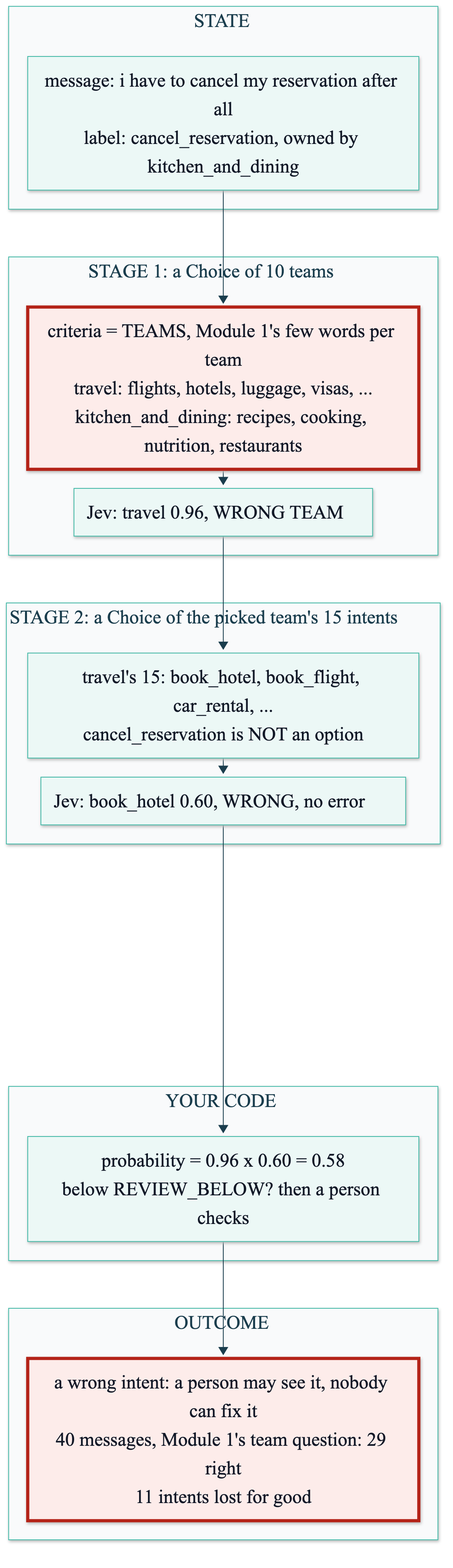
The Mermaid diagram course/diagrams/module_02/p3-problem-stage-one.png in axel-sirota/getting_started_jev, before a commit. Its source is kept beside it as course/diagrams/module_02/p3-problem-stage-one.mmd. The source it was exported from:
```mermaid
%%{init: {"theme": "base", "themeVariables": {"fontFamily": "Inter, sans-serif", "primaryColor": "#ECF8F6", "primaryBorderColor": "#40B8A6", "primaryTextColor": "#111827", "lineColor": "#1A3D4D", "secondaryColor": "#F9FAFB", "tertiaryColor": "#FFFFFF", "clusterBkg": "#F9FAFB", "clusterBorder": "#D1D5DB", "actorBkg": "#ECF8F6", "actorBorder": "#40B8A6", "noteBkgColor": "#FFF6DA", "noteBorderColor": "#E0B84C"}}}%%
flowchart TD
  subgraph STATE["STATE"]
    S["message: i have to cancel my reservation after all<br/>label: cancel_reservation, owned by kitchen_and_dining"]
  end
  subgraph STAGE1["STAGE 1: a Choice of 10 teams"]
    T["criteria = TEAMS, Module 1's few words per team<br/>travel: flights, hotels, luggage, visas, ...<br/>kitchen_and_dining: recipes, cooking, nutrition, restaurants"]
    TA["Jev: travel 0.96, WRONG TEAM"]
  end
  subgraph STAGE2["STAGE 2: a Choice of the picked team's 15 intents"]
    I["travel's 15: book_hotel, book_flight, car_rental, ...<br/>cancel_reservation is NOT an option"]
    IA["Jev: book_hotel 0.60, WRONG, no error"]
  end
  subgraph CODE["YOUR CODE"]
    P["probability = 0.96 x 0.60 = 0.58<br/>below REVIEW_BELOW? then a person checks"]
  end
  subgraph OUTCOME["OUTCOME"]
    O["a wrong intent: a person may see it, nobody can fix it<br/>40 messages, Module 1's team question: 29 right<br/>11 intents lost for good"]
  end
  S --> T --> TA --> I --> IA --> P --> O

  classDef fail fill:#FDECEA,stroke:#B42318,stroke-width:4px
  classDef changed fill:#D5F2EC,stroke:#1A3D4D,stroke-width:4px
  classDef ok fill:#ECF8F6,stroke:#1A3D4D,stroke-width:3px
  class T fail
  class O fail
```
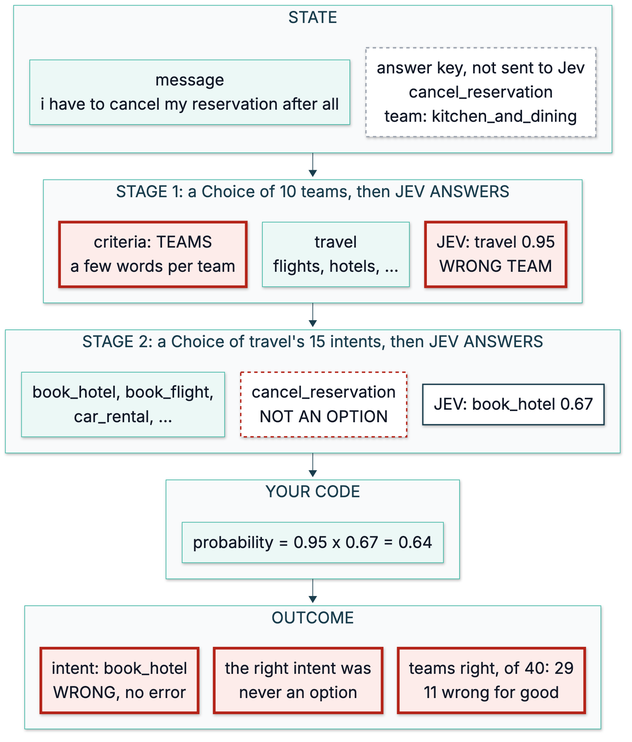
After the commit.

What changed in the source:
```diff
@@ -1,26 +1,44 @@
 %%{init: {"theme": "base", "themeVariables": {"fontFamily": "Inter, sans-serif", "primaryColor": "#ECF8F6", "primaryBorderColor": "#40B8A6", "primaryTextColor": "#111827", "lineColor": "#1A3D4D", "secondaryColor": "#F9FAFB", "tertiaryColor": "#FFFFFF", "clusterBkg": "#F9FAFB", "clusterBorder": "#D1D5DB", "actorBkg": "#ECF8F6", "actorBorder": "#40B8A6", "noteBkgColor": "#FFF6DA", "noteBorderColor": "#E0B84C"}}}%%
-flowchart TD
+flowchart TB
   subgraph STATE["STATE"]
-    S["message: i have to cancel my reservation after all<br/>label: cancel_reservation, owned by kitchen_and_dining"]
+    direction LR
+    S1["message<br/>i have to cancel my reservation after all"]
+    S2["answer key, not sent to Jev<br/>cancel_reservation<br/>team: kitchen_and_dining"]
+    S1 ~~~ S2
   end
-  subgraph STAGE1["STAGE 1: a Choice of 10 teams"]
-    T["criteria = TEAMS, Module 1's few words per team<br/>travel: flights, hotels, luggage, visas, ...<br/>kitchen_and_dining: recipes, cooking, nutrition, restaurants"]
-    TA["Jev: travel 0.96, WRONG TEAM"]
+  subgraph STAGE1["STAGE 1: a Choice of 10 teams, then JEV ANSWERS"]
+    direction LR
+    T1["criteria: TEAMS<br/>a few words per team"]
+    T2["travel<br/>flights, hotels, ..."]
+    T3["JEV: travel 0.95<br/>WRONG TEAM"]
+    T1 ~~~ T2 ~~~ T3
   end
-  subgraph STAGE2["STAGE 2: a Choice of the picked team's 15 intents"]
-    I["travel's 15: book_hotel, book_flight, car_rental, ...<br/>cancel_reservation is NOT an option"]
-    IA["Jev: book_hotel 0.60, WRONG, no error"]
+  subgraph STAGE2["STAGE 2: a Choice of travel's 15 intents, then JEV ANSWERS"]
+    direction LR
+    I1["book_hotel, book_flight,<br/>car_rental, ..."]
+    I2["cancel_reservation<br/>NOT AN OPTION"]
+    I3["JEV: book_hotel 0.67"]
+    I1 ~~~ I2 ~~~ I3
   end
   subgraph CODE["YOUR CODE"]
-    P["probability = 0.96 x 0.60 = 0.58<br/>below REVIEW_BELOW? then a person checks"]
+    direction LR
+    P["probability = 0.95 x 0.67 = 0.64"]
   end
   subgraph OUTCOME["OUTCOME"]
-    O["a wrong intent: a person may see it, nobody can fix it<br/>40 messages, Module 1's team question: 29 right<br/>11 intents lost for good"]
+    direction LR
+    O1["intent: book_hotel<br/>WRONG, no error"]
+    O2["the right intent was<br/>never an option"]
+    O3["teams right, of 40: 29<br/>11 wrong for good"]
+    O1 ~~~ O2 ~~~ O3
   end
-  S --> T --> TA --> I --> IA --> P --> O
+  STATE --> STAGE1 --> STAGE2 --> CODE --> OUTCOME
 
   classDef fail fill:#FDECEA,stroke:#B42318,stroke-width:4px
-  classDef changed fill:#D5F2EC,stroke:#1A3D4D,stroke-width:4px
-  classDef ok fill:#ECF8F6,stroke:#1A3D4D,stroke-width:3px
-  class T fail
-  class O fail
+  classDef dropped fill:#FFFFFF,stroke:#B42318,stroke-width:2px,stroke-dasharray:5 5
+  classDef score fill:#FFFFFF,stroke:#1A3D4D,stroke-width:2px
+  class T1,T3 fail
+  class I2 dropped
+  class I3 score
+  class O1,O2,O3 fail
+  classDef key fill:#FFFFFF,stroke:#9CA3AF,stroke-width:2px,stroke-dasharray:5 5
+  class S2 key
```
